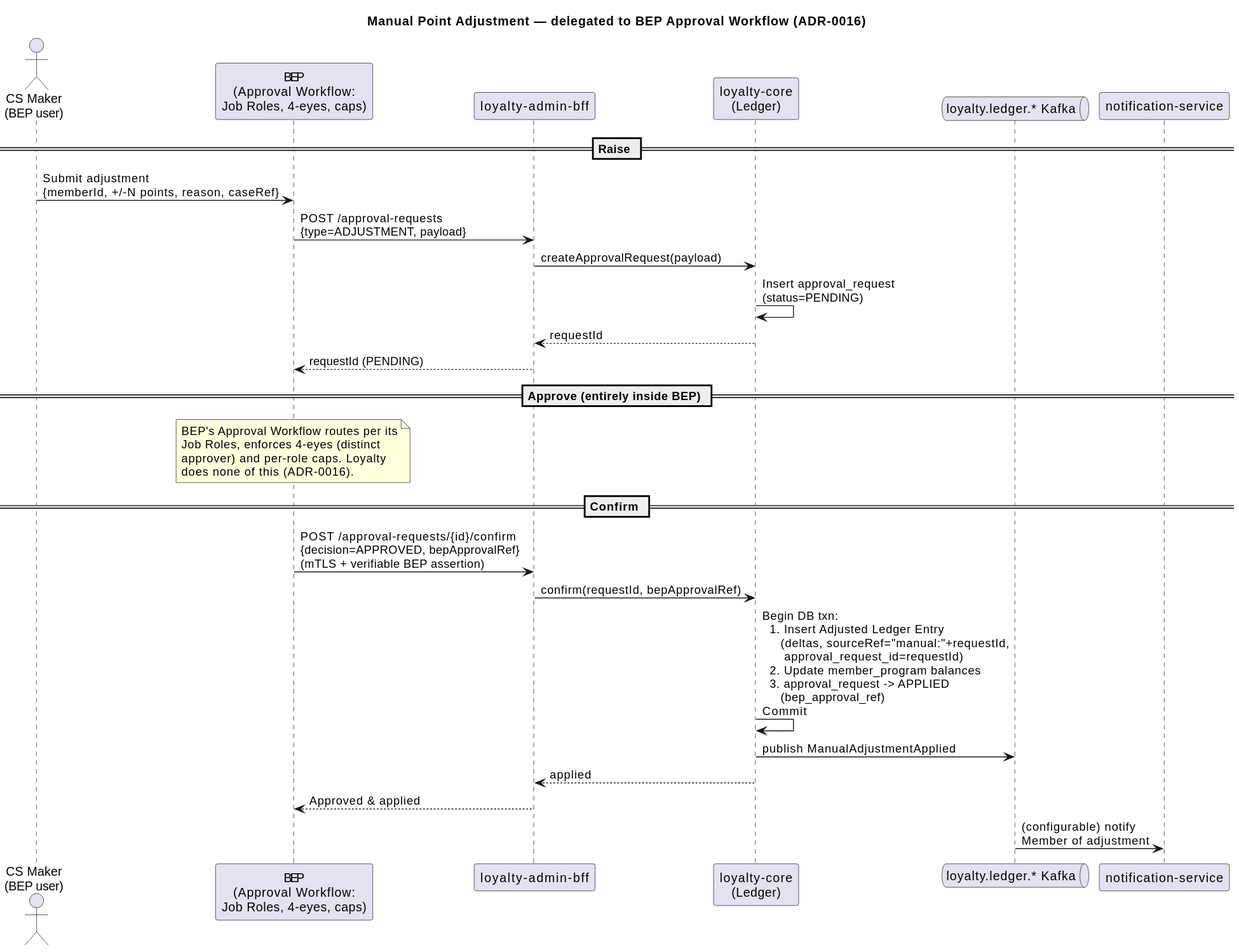
The PlantUML diagram images/MakerCheckerFlow.svg in batnam/rochallor-loyalty, before a commit.
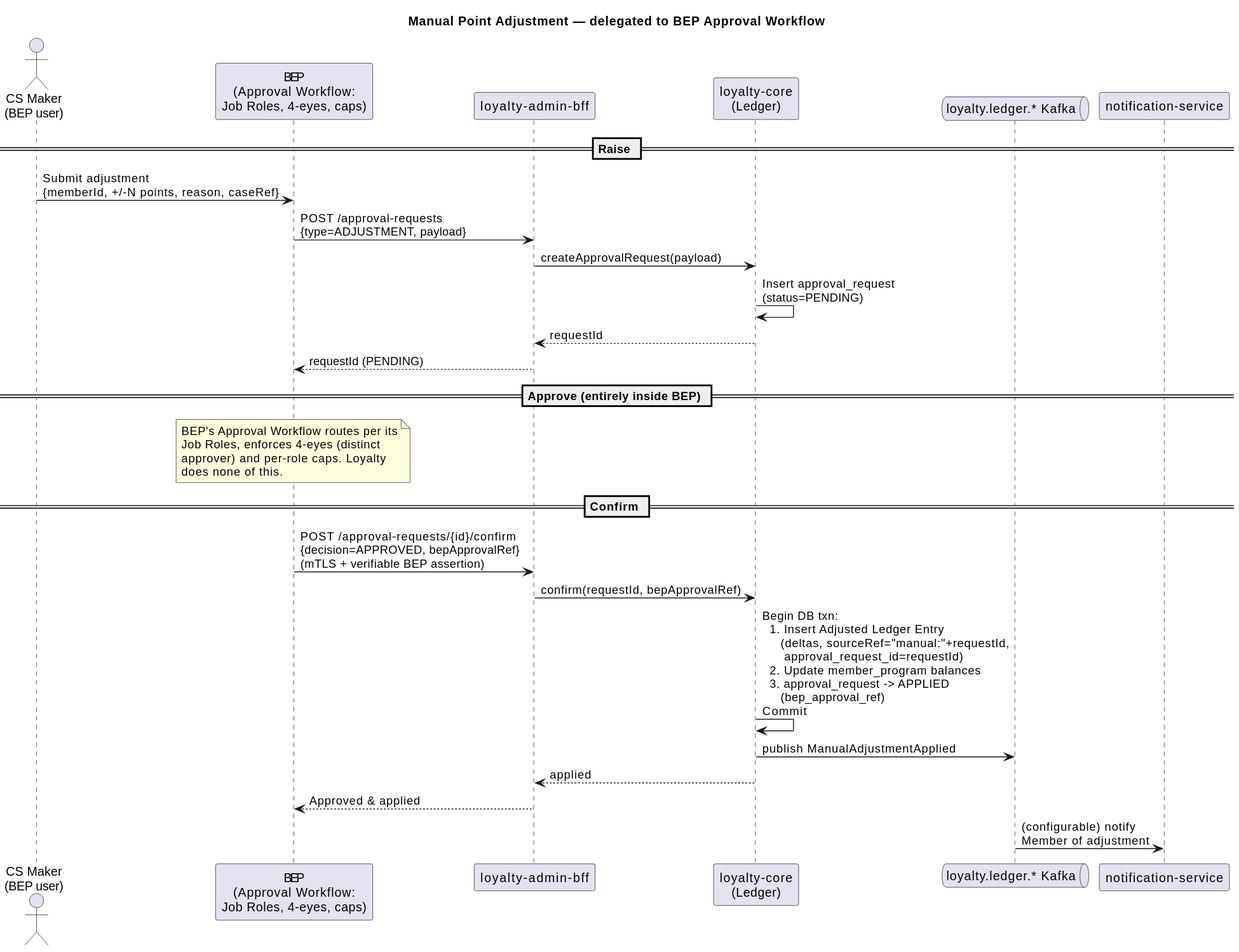
Later version of the same file.

Diff of the diagram source:
```diff
@@ -1,5 +1,5 @@
 @startuml
-title Manual Point Adjustment — delegated to BEP Approval Workflow (ADR-0016)
+title Manual Point Adjustment — delegated to BEP Approval Workflow
 
 actor "CS Maker\n(BEP user)" as Maker
 participant "BEP\n(Approval Workflow:\nJob Roles, 4-eyes, caps)" as BEP
@@ -21,7 +21,7 @@
   BEP's Approval Workflow routes per its
   Job Roles, enforces 4-eyes (distinct
   approver) and per-role caps. Loyalty
-  does none of this (ADR-0016).
+  does none of this.
 end note
 
 == Confirm ==
```
